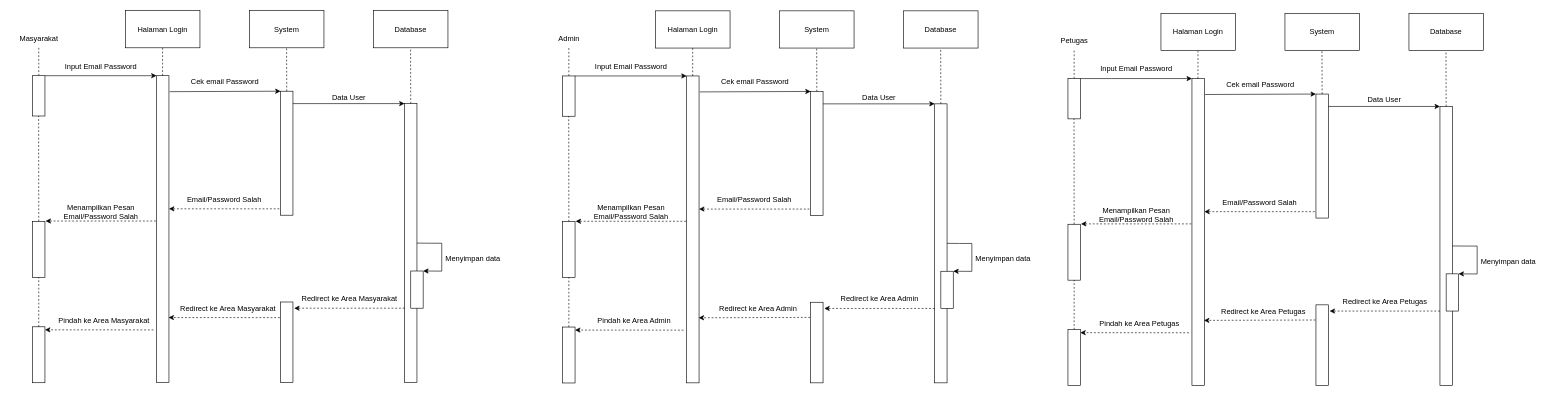
This is page "Sequence Digram (Login)" (9 of 14) of Untitled Diagram.drawio from Enricko/UML, a draw.io file, before an edit. Source tidied: cells renumbered, new cells numbered last; positions are measured from the earlier drawing's top-left corner, leaving out a move shared by most shapes. Both pictures are drawn from the tidied source at 62%, with x=0, y=0 at pixel (11, 11).
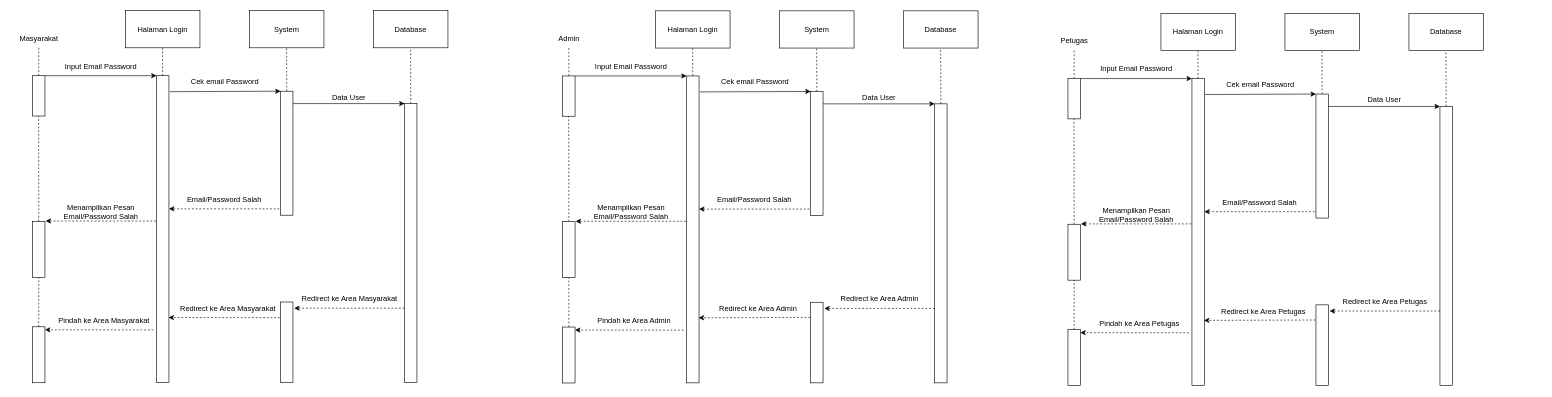
Above is the later version.

Unchanged cells that the change refers to:
```xml
<mxCell id="15" style="rounded=0;whiteSpace=wrap;html=1;" parent="1" vertex="1">
  <mxGeometry x="1490" y="150" width="20" height="450" as="geometry" />
</mxCell>
<mxCell id="51" style="rounded=0;whiteSpace=wrap;html=1;" parent="1" vertex="1">
  <mxGeometry x="635" y="149.6" width="20" height="450" as="geometry" />
</mxCell>
<mxCell id="87" style="rounded=0;whiteSpace=wrap;html=1;" parent="1" vertex="1">
  <mxGeometry x="2305" y="154.2" width="20" height="450" as="geometry" />
</mxCell>
```

The edit, as a diff of the source:
```diff
@@
-    <mxCell id="22" style="rounded=0;whiteSpace=wrap;html=1;" parent="1" vertex="1">
-      <mxGeometry x="1500" y="420" width="20" height="60" as="geometry" />
-    </mxCell>
-    <mxCell id="23" style="endArrow=classic;html=1;rounded=0;entryX=1;entryY=0;entryDx=0;entryDy=0;exitX=1;exitY=0.5;exitDx=0;exitDy=0;" parent="1" edge="1" source="15" target="22">
-      <mxGeometry relative="1" as="geometry">
-        <Array as="points">
-          <mxPoint x="1530" y="375.2" />
-          <mxPoint x="1550" y="375.2" />
-          <mxPoint x="1550" y="420.2" />
-        </Array>
-      </mxGeometry>
-    </mxCell>
-    <mxCell id="24" value="Menyimpan data" style="text;html=1;align=center;verticalAlign=middle;strokeColor=none;fillColor=none;" parent="1" vertex="1">
-      <mxGeometry x="1545" y="385" width="110" height="30" as="geometry" />
-    </mxCell>
@@
-    <mxCell id="58" style="rounded=0;whiteSpace=wrap;html=1;" parent="1" vertex="1">
-      <mxGeometry x="645" y="419.6" width="20" height="60" as="geometry" />
-    </mxCell>
-    <mxCell id="59" style="endArrow=classic;html=1;rounded=0;entryX=1;entryY=0;entryDx=0;entryDy=0;exitX=1;exitY=0.5;exitDx=0;exitDy=0;" parent="1" edge="1" source="51" target="58">
-      <mxGeometry relative="1" as="geometry">
-        <Array as="points">
-          <mxPoint x="675" y="374.8" />
-          <mxPoint x="695" y="374.8" />
-          <mxPoint x="695" y="419.8" />
-        </Array>
-      </mxGeometry>
-    </mxCell>
-    <mxCell id="60" value="Menyimpan data" style="text;html=1;align=center;verticalAlign=middle;strokeColor=none;fillColor=none;" parent="1" vertex="1">
-      <mxGeometry x="690" y="384.6" width="110" height="30" as="geometry" />
-    </mxCell>
@@
-    <mxCell id="94" style="rounded=0;whiteSpace=wrap;html=1;" parent="1" vertex="1">
-      <mxGeometry x="2315" y="424.2" width="20" height="60" as="geometry" />
-    </mxCell>
-    <mxCell id="95" style="endArrow=classic;html=1;rounded=0;entryX=1;entryY=0;entryDx=0;entryDy=0;exitX=1;exitY=0.5;exitDx=0;exitDy=0;" parent="1" edge="1" source="87" target="94">
-      <mxGeometry relative="1" as="geometry">
-        <Array as="points">
-          <mxPoint x="2345" y="379.4" />
-          <mxPoint x="2365" y="379.4" />
-          <mxPoint x="2365" y="424.4" />
-        </Array>
-      </mxGeometry>
-    </mxCell>
-    <mxCell id="96" value="Menyimpan data" style="text;html=1;align=center;verticalAlign=middle;strokeColor=none;fillColor=none;" parent="1" vertex="1">
-      <mxGeometry x="2360" y="389.2" width="110" height="30" as="geometry" />
-    </mxCell>
```
